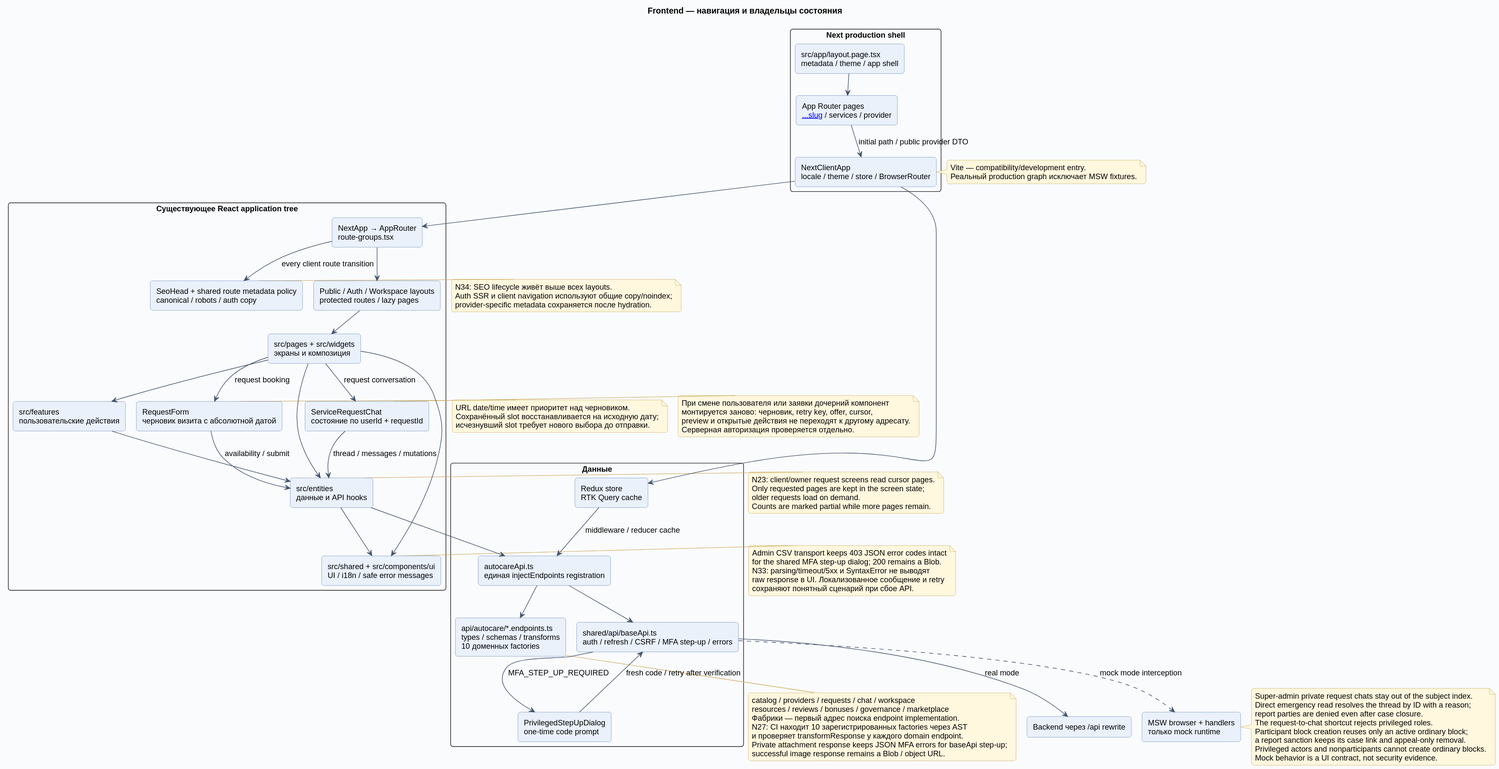
Above: docs/diagrams/rendered/03-frontend.svg in Dima163163/auto-care-hub (PlantUML), before the change.
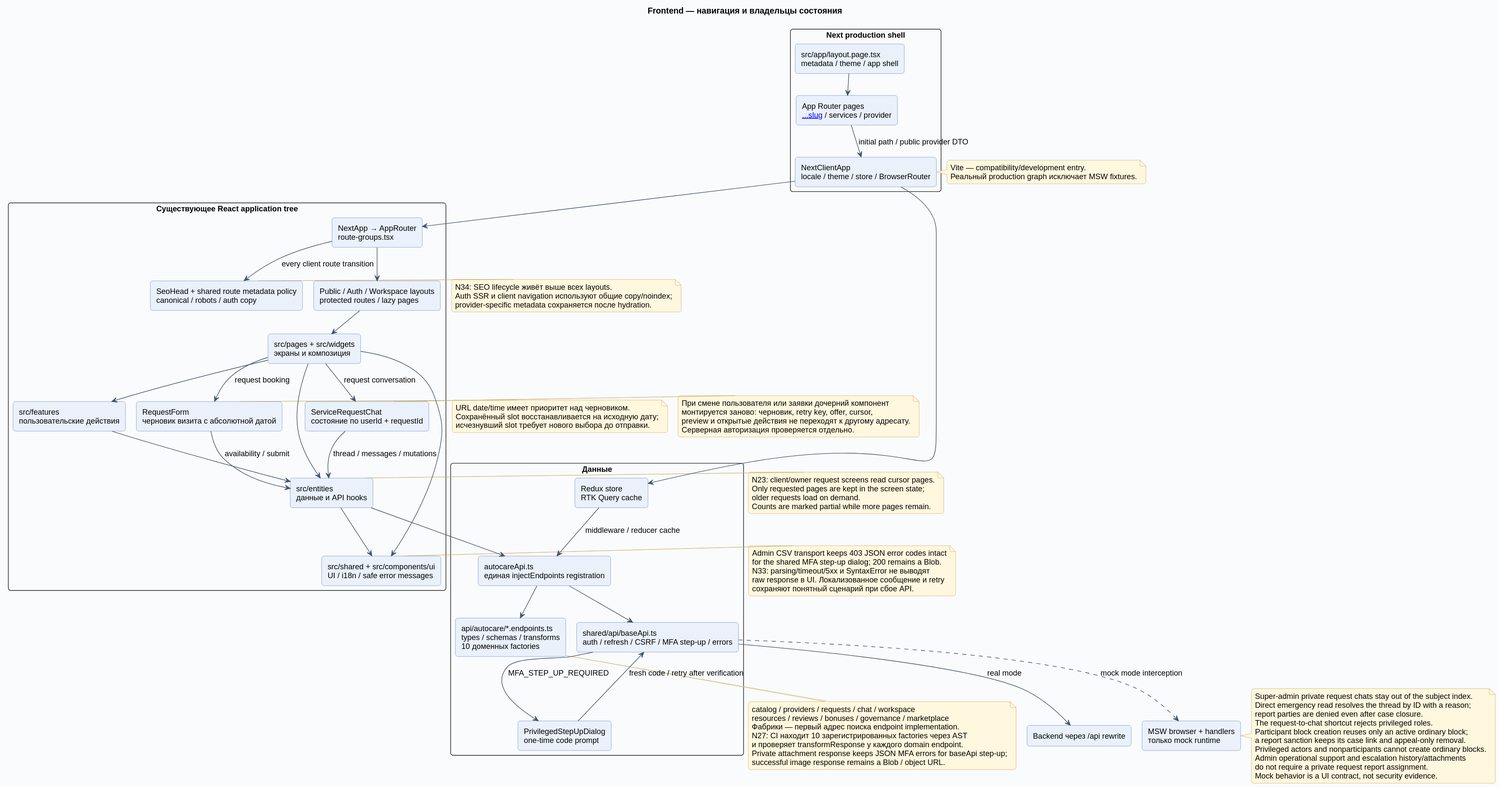
The same file after the commit.

Commit message:
fix: allow mock admin operational chat reads (U03)

Change to the diagram source:
```diff
@@ -59,6 +59,8 @@
   Participant block creation reuses only an active ordinary block;
   a report sanction keeps its case link and appeal-only removal.
   Privileged actors and nonparticipants cannot create ordinary blocks.
+  Admin operational support and escalation history/attachments
+  do not require a private request report assignment.
   Mock behavior is a UI contract, not security evidence.
 end note
 note bottom of Factories
```
